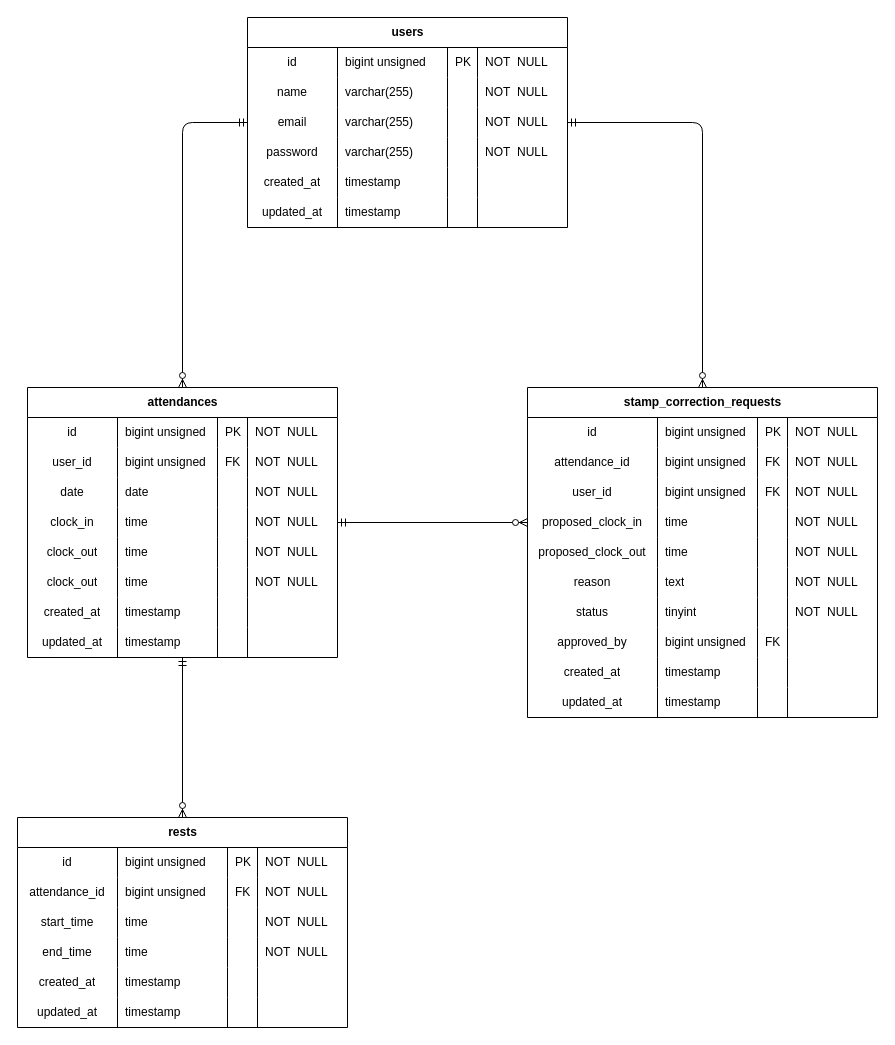
This is .drawio from hatakeyamadan/attendance-app, a draw.io file, before an edit. Source tidied: cells renumbered, new cells numbered last; positions are measured from the earlier drawing's top-left corner, leaving out a move shared by most shapes. Both pictures are drawn from the tidied source at 100%, with x=0, y=0 at pixel (17, 17).
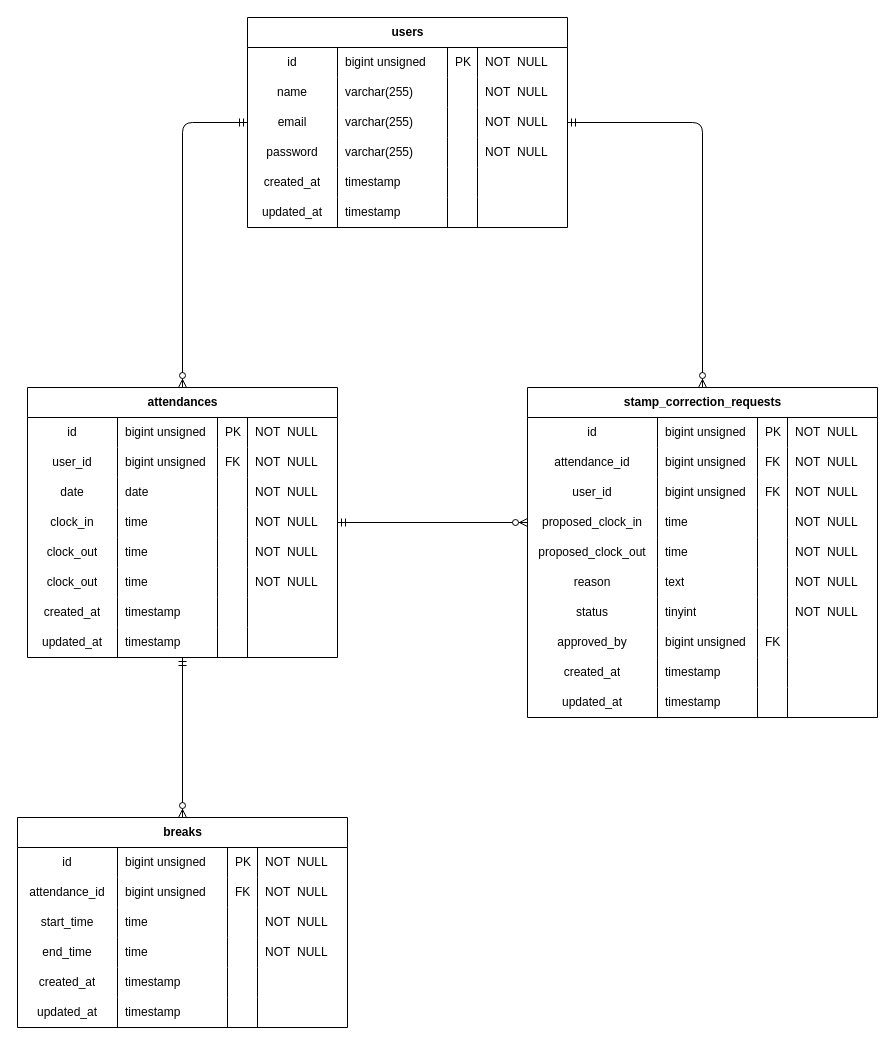
The same page after the edit.

Change to the diagram source:
```diff
@@
-    <mxCell id="74" value="rests" style="shape=table;startSize=30;childLayout=tableLayout;rowLines=0;fontStyle=1;align=center;html=1;" parent="1" vertex="1">
+    <mxCell id="74" value="breaks" style="shape=table;startSize=30;childLayout=tableLayout;rowLines=0;fontStyle=1;align=center;html=1;" parent="1" vertex="1">
       <mxGeometry y="800" width="330" height="210" as="geometry" />
     </mxCell>
```
